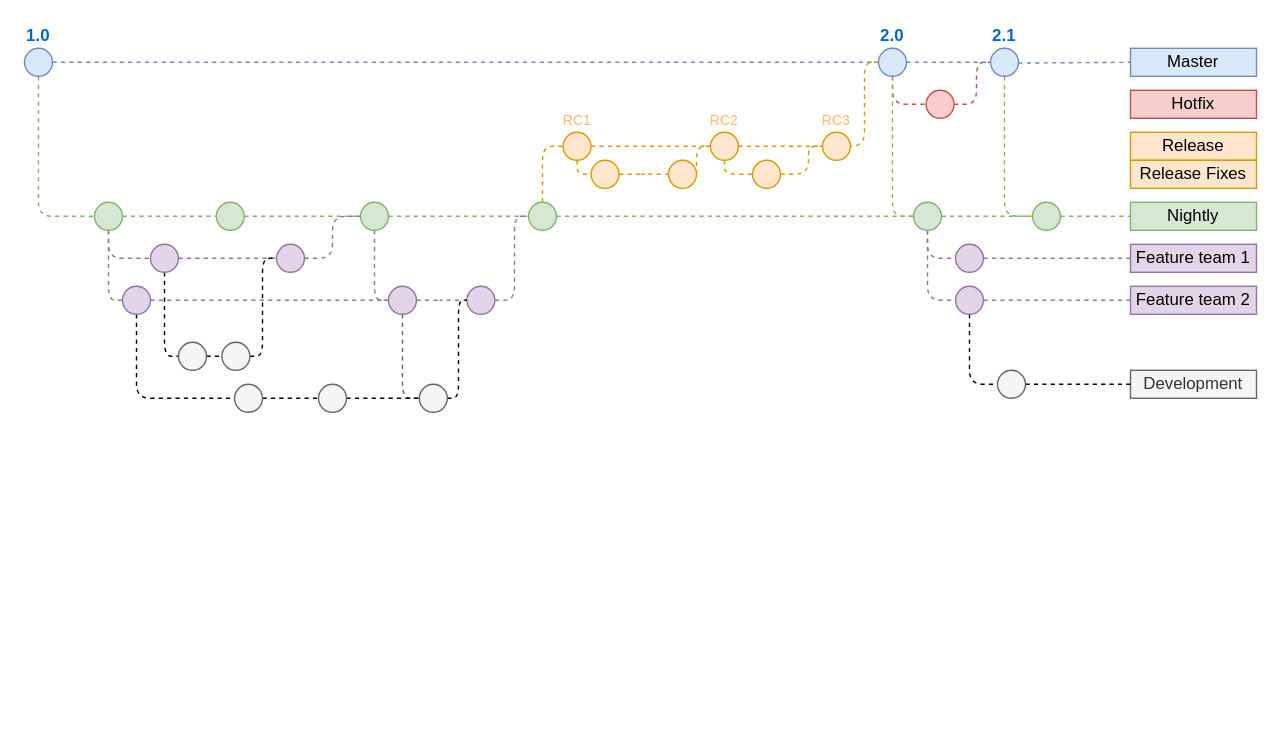
This is Untitled Diagram.drawio from flowxcode/cachehunter, a draw.io file, before an edit. Source tidied: cells renumbered, new cells numbered last; positions are measured from the earlier drawing's top-left corner, leaving out a move shared by most shapes. Both pictures are drawn from the tidied source at 140%, with x=0, y=0 at pixel (24, 48).
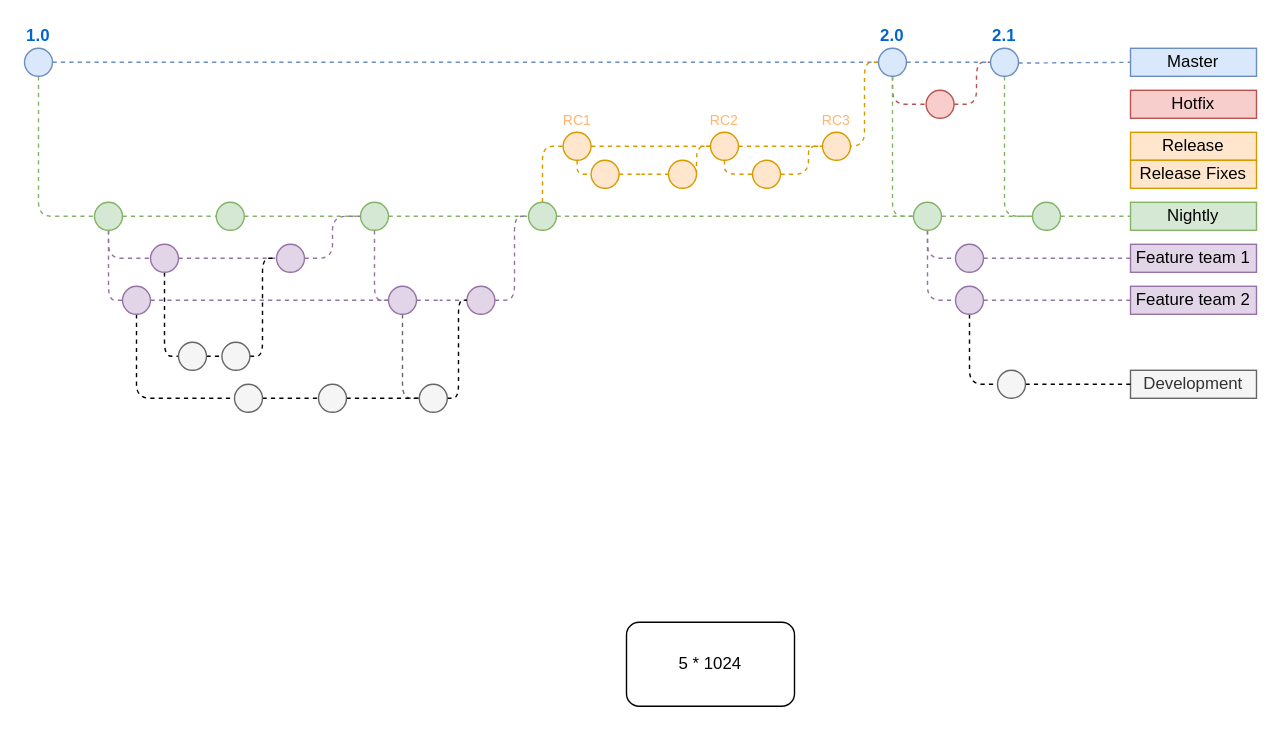
After the change.

Diff of the diagram source:
```diff
@@
+    <mxCell id="83" value="5 * 1024&lt;br&gt;" style="rounded=1;whiteSpace=wrap;html=1;" parent="1" vertex="1">
+      <mxGeometry x="430" y="410" width="120" height="60" as="geometry" />
+    </mxCell>
```
